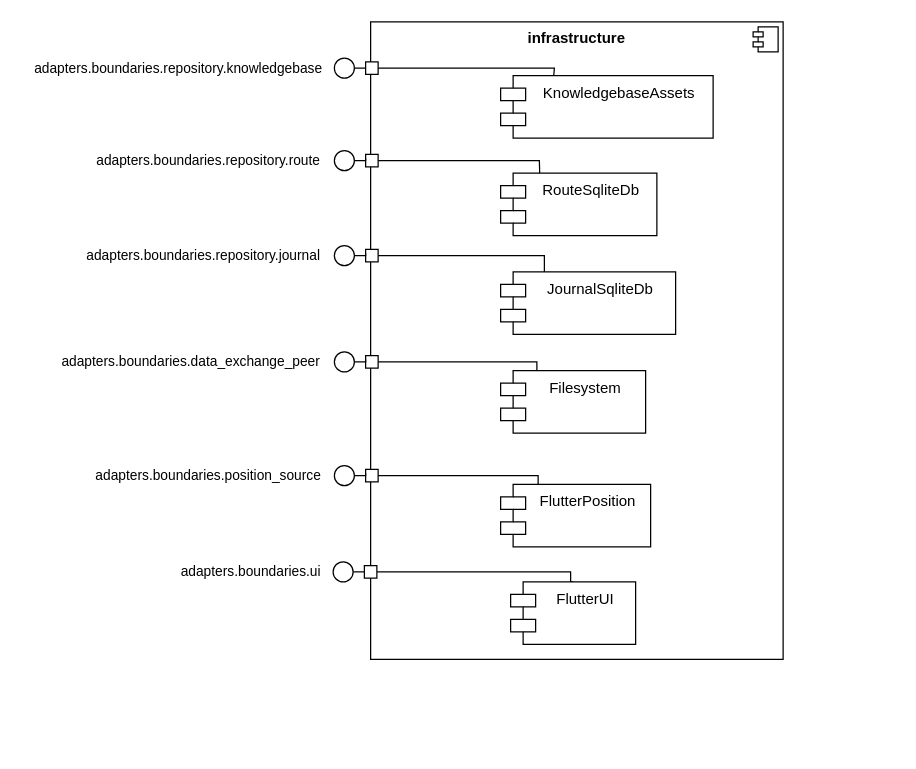
aardjon/trad keeps this draw.io diagram as doc/bbview_level2_infrastructure.drawio. Above is the earlier version. Source tidied: cells renumbered, new cells numbered last; positions are measured from the earlier drawing's top-left corner, leaving out a move shared by most shapes. Both pictures are drawn from the tidied source at 125%, with x=0, y=0 at pixel (21, 21).
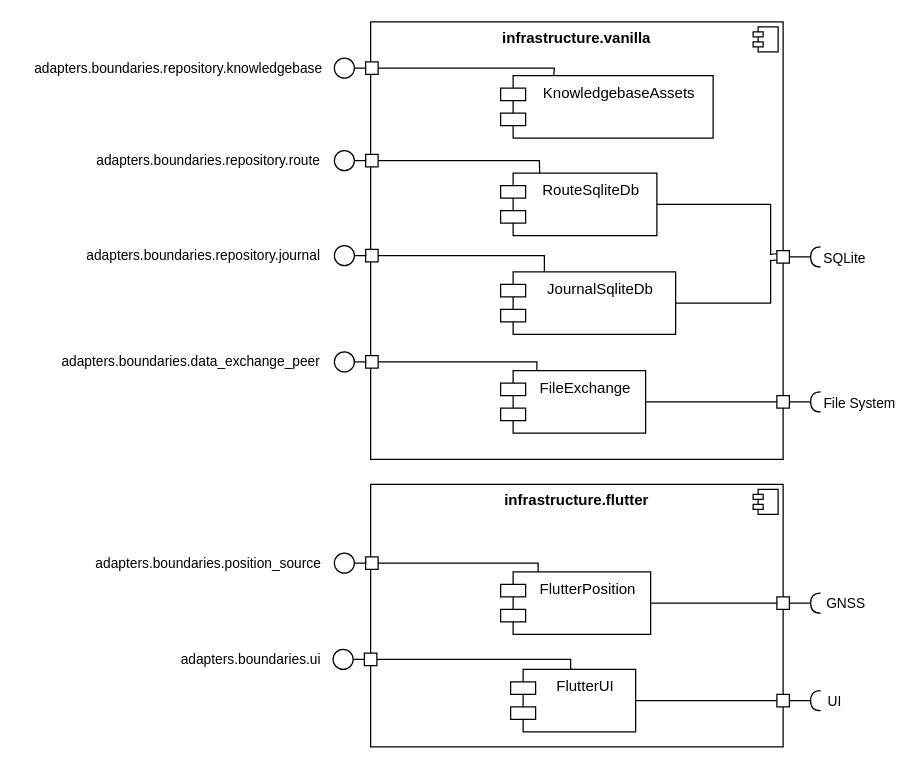
After the change.

Commit message (it also covers changes not shown here):
📝 Update refinement diagram for infrastructure level 2

Unchanged cells that the change refers to:
```xml
<mxCell id="22" value="JournalSqliteDb" style="shape=module;align=left;spacingLeft=20;align=center;verticalAlign=top;whiteSpace=wrap;html=1;" parent="1" vertex="1">
  <mxGeometry x="383" y="200" width="140" height="50" as="geometry" />
</mxCell>
<mxCell id="23" value="RouteSqliteDb" style="shape=module;align=left;spacingLeft=20;align=center;verticalAlign=top;whiteSpace=wrap;html=1;" parent="1" vertex="1">
  <mxGeometry x="383" y="121" width="125" height="50" as="geometry" />
</mxCell>
```

Change to the diagram source:
```diff
@@
+    <mxCell id="40" value="&lt;p style=&quot;margin:0px;margin-top:6px;text-align:center;&quot;&gt;&lt;b&gt;infrastructure.flutter&lt;/b&gt;&lt;/p&gt;" style="align=left;overflow=fill;html=1;whiteSpace=wrap;" parent="1" vertex="1">
+      <mxGeometry x="279" y="370" width="330" height="210" as="geometry" />
+    </mxCell>
+    <mxCell id="41" style="shape=component;jettyWidth=8;jettyHeight=4;" parent="40" vertex="1">
+      <mxGeometry x="1" width="20" height="20" relative="1" as="geometry">
+        <mxPoint x="-24" y="4" as="offset" />
+      </mxGeometry>
+    </mxCell>
-    <mxCell id="2" value="&lt;p style=&quot;margin:0px;margin-top:6px;text-align:center;&quot;&gt;&lt;b&gt;infrastructure&lt;/b&gt;&lt;/p&gt;" style="align=left;overflow=fill;html=1;whiteSpace=wrap;" parent="1" vertex="1">
-      <mxGeometry x="279" width="330" height="510" as="geometry" />
+    <mxCell id="2" value="&lt;p style=&quot;margin:0px;margin-top:6px;text-align:center;&quot;&gt;&lt;b&gt;infrastructure.vanilla&lt;/b&gt;&lt;/p&gt;" style="align=left;overflow=fill;html=1;whiteSpace=wrap;" parent="1" vertex="1">
+      <mxGeometry x="279" width="330" height="350" as="geometry" />
     </mxCell>
@@
     <mxCell id="9" style="whiteSpace=wrap;html=1;" parent="1" vertex="1">
-      <mxGeometry x="275" y="358" width="10" height="10" as="geometry" />
+      <mxGeometry x="275" y="428" width="10" height="10" as="geometry" />
     </mxCell>
@@
     <mxCell id="17" style="edgeStyle=orthogonalEdgeStyle;rounded=0;jettySize=auto;html=1;exitX=1;exitY=0.5;exitDx=0;exitDy=0;endArrow=none;endFill=0;" parent="1" edge="1" source="18">
       <mxGeometry relative="1" as="geometry">
-        <mxPoint x="275" y="361" as="targetPoint" />
+        <mxPoint x="275" y="431" as="targetPoint" />
       </mxGeometry>
     </mxCell>
     <mxCell id="18" style="ellipse;whiteSpace=wrap;html=1;" parent="1" vertex="1">
-      <mxGeometry x="250" y="355" width="16" height="16" as="geometry" />
+      <mxGeometry x="250" y="425" width="16" height="16" as="geometry" />
     </mxCell>
     <mxCell id="19" style="edgeStyle=orthogonalEdgeStyle;rounded=0;jettySize=auto;html=1;exitX=0.5;exitY=0;exitDx=0;exitDy=0;entryX=1;entryY=0.5;entryDx=0;entryDy=0;endArrow=none;endFill=0;" parent="1" edge="1" source="20" target="25">
       <mxGeometry relative="1" as="geometry">
         <Array as="points">
-          <mxPoint x="439" y="448" />
-          <mxPoint x="439" y="440" />
+          <mxPoint x="439" y="518" />
+          <mxPoint x="439" y="510" />
         </Array>
       </mxGeometry>
     </mxCell>
     <mxCell id="20" value="Flut&lt;span style=&quot;background-color: initial;&quot;&gt;terUI&lt;/span&gt;" style="shape=module;align=left;spacingLeft=20;align=center;verticalAlign=top;whiteSpace=wrap;html=1;" parent="1" vertex="1">
-      <mxGeometry x="391" y="448" width="100" height="50" as="geometry" />
+      <mxGeometry x="391" y="518" width="100" height="50" as="geometry" />
     </mxCell>
     <mxCell id="21" value="FlutterPosition" style="shape=module;align=left;spacingLeft=20;align=center;verticalAlign=top;whiteSpace=wrap;html=1;" parent="1" vertex="1">
-      <mxGeometry x="383" y="370" width="120" height="50" as="geometry" />
+      <mxGeometry x="383" y="440" width="120" height="50" as="geometry" />
     </mxCell>
@@
     <mxCell id="25" style="whiteSpace=wrap;html=1;" parent="1" vertex="1">
-      <mxGeometry x="274" y="435" width="10" height="10" as="geometry" />
+      <mxGeometry x="274" y="505" width="10" height="10" as="geometry" />
     </mxCell>
@@
-    <mxCell id="29" value="Filesystem" style="shape=module;align=left;spacingLeft=20;align=center;verticalAlign=top;whiteSpace=wrap;html=1;" parent="1" vertex="1">
+    <mxCell id="29" value="FileExchange" style="shape=module;align=left;spacingLeft=20;align=center;verticalAlign=top;whiteSpace=wrap;html=1;" parent="1" vertex="1">
       <mxGeometry x="383" y="279" width="116" height="50" as="geometry" />
     </mxCell>
@@
     <mxCell id="33" value="&lt;font style=&quot;font-size: 11px;&quot;&gt;adapters.boundaries.position_source&lt;/font&gt;" style="text;html=1;align=center;verticalAlign=middle;strokeColor=none;fillColor=none;" parent="1" vertex="1">
-      <mxGeometry x="49" y="348" width="200" height="30" as="geometry" />
+      <mxGeometry x="49" y="418" width="200" height="30" as="geometry" />
     </mxCell>
     <mxCell id="34" style="ellipse;whiteSpace=wrap;html=1;" parent="1" vertex="1">
-      <mxGeometry x="249" y="432" width="16" height="16" as="geometry" />
+      <mxGeometry x="249" y="502" width="16" height="16" as="geometry" />
     </mxCell>
@@
     <mxCell id="36" value="&lt;font style=&quot;font-size: 11px;&quot;&gt;adapters.boundaries.ui&lt;/font&gt;" style="text;html=1;align=center;verticalAlign=middle;strokeColor=none;fillColor=none;" parent="1" vertex="1">
-      <mxGeometry x="118" y="425" width="130" height="30" as="geometry" />
+      <mxGeometry x="118" y="495" width="130" height="30" as="geometry" />
     </mxCell>
@@
     <mxCell id="38" style="endArrow=none;html=1;rounded=0;entryX=0.25;entryY=0;entryDx=0;entryDy=0;exitX=1;exitY=0.5;exitDx=0;exitDy=0;" parent="1" edge="1" source="9" target="21">
       <mxGeometry relative="1" as="geometry">
         <Array as="points">
-          <mxPoint x="413" y="363" />
+          <mxPoint x="413" y="433" />
         </Array>
       </mxGeometry>
     </mxCell>
@@
+    <mxCell id="42" style="whiteSpace=wrap;html=1;" parent="1" vertex="1">
+      <mxGeometry x="604" y="460" width="10" height="10" as="geometry" />
+    </mxCell>
+    <mxCell id="43" style="rounded=0;jettySize=auto;html=1;endArrow=halfCircle;endFill=0;endSize=6;strokeWidth=1;sketch=0;fontSize=12;curved=1;exitX=1;exitY=0.5;exitDx=0;exitDy=0;" parent="1" edge="1" source="42">
+      <mxGeometry relative="1" as="geometry">
+        <mxPoint x="639" y="465" as="targetPoint" />
+      </mxGeometry>
+    </mxCell>
+    <mxCell id="44" value="GNSS" style="edgeLabel;html=1;align=center;verticalAlign=middle;" parent="43" vertex="1">
+      <mxGeometry x="0.68" y="2" relative="1" as="geometry">
+        <mxPoint x="23" y="1" as="offset" />
+      </mxGeometry>
+    </mxCell>
+    <mxCell id="45" style="ellipse;whiteSpace=wrap;html=1;align=center;fillColor=none;strokeColor=none;perimeter=centerPerimeter;" parent="1" vertex="1">
+      <mxGeometry x="659" y="462" width="10" height="10" as="geometry" />
+    </mxCell>
+    <mxCell id="46" style="whiteSpace=wrap;html=1;" parent="1" vertex="1">
+      <mxGeometry x="604" y="538" width="10" height="10" as="geometry" />
+    </mxCell>
+    <mxCell id="47" style="rounded=0;jettySize=auto;html=1;endArrow=halfCircle;endFill=0;endSize=6;strokeWidth=1;sketch=0;fontSize=12;curved=1;exitX=1;exitY=0.5;exitDx=0;exitDy=0;" parent="1" edge="1" source="46">
+      <mxGeometry relative="1" as="geometry">
+        <mxPoint x="639" y="543" as="targetPoint" />
+      </mxGeometry>
+    </mxCell>
+    <mxCell id="48" value="UI" style="edgeLabel;html=1;align=center;verticalAlign=middle;" parent="47" vertex="1">
+      <mxGeometry x="0.68" y="2" relative="1" as="geometry">
+        <mxPoint x="14" y="2" as="offset" />
+      </mxGeometry>
+    </mxCell>
+    <mxCell id="49" style="endArrow=none;html=1;rounded=0;entryX=0;entryY=0.5;entryDx=0;entryDy=0;exitX=1;exitY=0.5;exitDx=0;exitDy=0;" parent="1" edge="1" source="21" target="42">
+      <mxGeometry relative="1" as="geometry" />
+    </mxCell>
+    <mxCell id="50" style="endArrow=none;html=1;rounded=0;entryX=0;entryY=0.5;entryDx=0;entryDy=0;exitX=1;exitY=0.5;exitDx=0;exitDy=0;" parent="1" edge="1" source="20" target="46">
+      <mxGeometry relative="1" as="geometry" />
+    </mxCell>
+    <mxCell id="51" style="whiteSpace=wrap;html=1;" parent="1" vertex="1">
+      <mxGeometry x="604" y="299" width="10" height="10" as="geometry" />
+    </mxCell>
+    <mxCell id="52" style="rounded=0;jettySize=auto;html=1;endArrow=halfCircle;endFill=0;endSize=6;strokeWidth=1;sketch=0;fontSize=12;curved=1;exitX=1;exitY=0.5;exitDx=0;exitDy=0;" parent="1" edge="1" source="51">
+      <mxGeometry relative="1" as="geometry">
+        <mxPoint x="639" y="304" as="targetPoint" />
+      </mxGeometry>
+    </mxCell>
+    <mxCell id="53" value="File System" style="edgeLabel;html=1;align=center;verticalAlign=middle;" parent="52" vertex="1">
+      <mxGeometry x="0.68" y="2" relative="1" as="geometry">
+        <mxPoint x="34" y="2" as="offset" />
+      </mxGeometry>
+    </mxCell>
+    <mxCell id="54" style="whiteSpace=wrap;html=1;" parent="1" vertex="1">
+      <mxGeometry x="604" y="183" width="10" height="10" as="geometry" />
+    </mxCell>
+    <mxCell id="55" style="rounded=0;jettySize=auto;html=1;endArrow=halfCircle;endFill=0;endSize=6;strokeWidth=1;sketch=0;fontSize=12;curved=1;exitX=1;exitY=0.5;exitDx=0;exitDy=0;" parent="1" edge="1" source="54">
+      <mxGeometry relative="1" as="geometry">
+        <mxPoint x="639" y="188" as="targetPoint" />
+      </mxGeometry>
+    </mxCell>
+    <mxCell id="56" value="SQLite" style="edgeLabel;html=1;align=center;verticalAlign=middle;" parent="55" vertex="1">
+      <mxGeometry x="0.68" y="2" relative="1" as="geometry">
+        <mxPoint x="22" y="2" as="offset" />
+      </mxGeometry>
+    </mxCell>
+    <mxCell id="57" style="endArrow=none;html=1;rounded=0;entryX=0;entryY=0.5;entryDx=0;entryDy=0;exitX=1;exitY=0.5;exitDx=0;exitDy=0;" parent="1" edge="1" source="29" target="51">
+      <mxGeometry relative="1" as="geometry" />
+    </mxCell>
+    <mxCell id="58" style="endArrow=none;html=1;rounded=0;exitX=1;exitY=0.5;exitDx=0;exitDy=0;entryX=0;entryY=0.75;entryDx=0;entryDy=0;" parent="1" edge="1" source="22" target="54">
+      <mxGeometry relative="1" as="geometry">
+        <Array as="points">
+          <mxPoint x="599" y="225" />
+          <mxPoint x="599" y="191" />
+        </Array>
+      </mxGeometry>
+    </mxCell>
+    <mxCell id="59" style="endArrow=none;html=1;rounded=0;entryX=0;entryY=0.25;entryDx=0;entryDy=0;exitX=1;exitY=0.5;exitDx=0;exitDy=0;" parent="1" edge="1" source="23" target="54">
+      <mxGeometry relative="1" as="geometry">
+        <Array as="points">
+          <mxPoint x="599" y="146" />
+          <mxPoint x="599" y="186" />
+        </Array>
+      </mxGeometry>
+    </mxCell>
```
